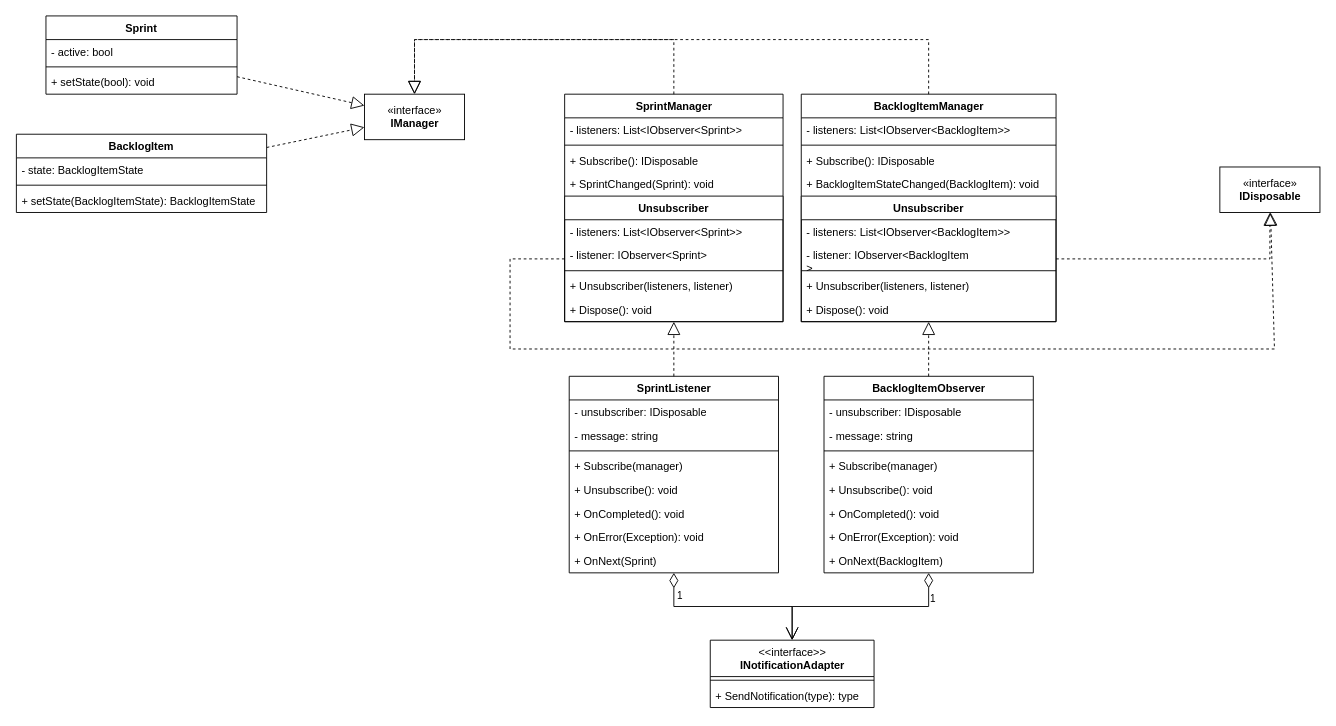
Earlier version of the draw.io diagram page "SprintObserverPattern" (5 of 9) of docs/uml_avansdevops.drawio (L-Mustang/avansdevops). Source tidied: cells renumbered, new cells numbered last; positions are measured from the earlier drawing's top-left corner, leaving out a move shared by most shapes. Both pictures are drawn from the tidied source at 91%, with x=0, y=0 at pixel (16, 15).
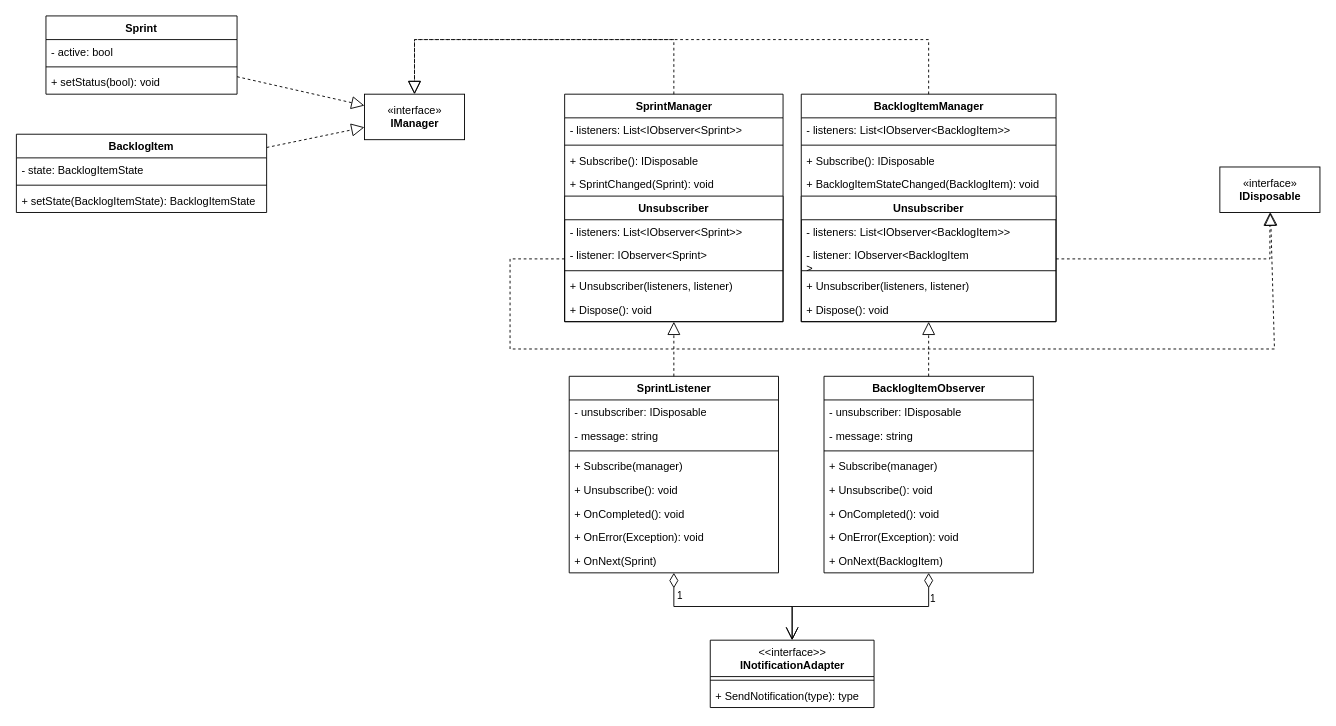
After the change.

Unchanged cells that the change refers to:
```xml
<mxCell id="2" value="Sprint" style="swimlane;fontStyle=1;align=center;verticalAlign=top;horizontal=1;startSize=26;" parent="1" vertex="1">
  <mxGeometry x="32" width="210" height="86" as="geometry" />
</mxCell>
```

Diff of the diagram source:
```diff
@@
-    <mxCell id="5" value="+ setState(bool): void" style="text;strokeColor=none;fillColor=none;align=left;verticalAlign=top;spacingLeft=4;spacingRight=4;overflow=hidden;" parent="2" vertex="1">
+    <mxCell id="5" value="+ setStatus(bool): void" style="text;strokeColor=none;fillColor=none;align=left;verticalAlign=top;spacingLeft=4;spacingRight=4;overflow=hidden;" parent="2" vertex="1">
       <mxGeometry y="60" width="210" height="26" as="geometry" />
     </mxCell>
```
